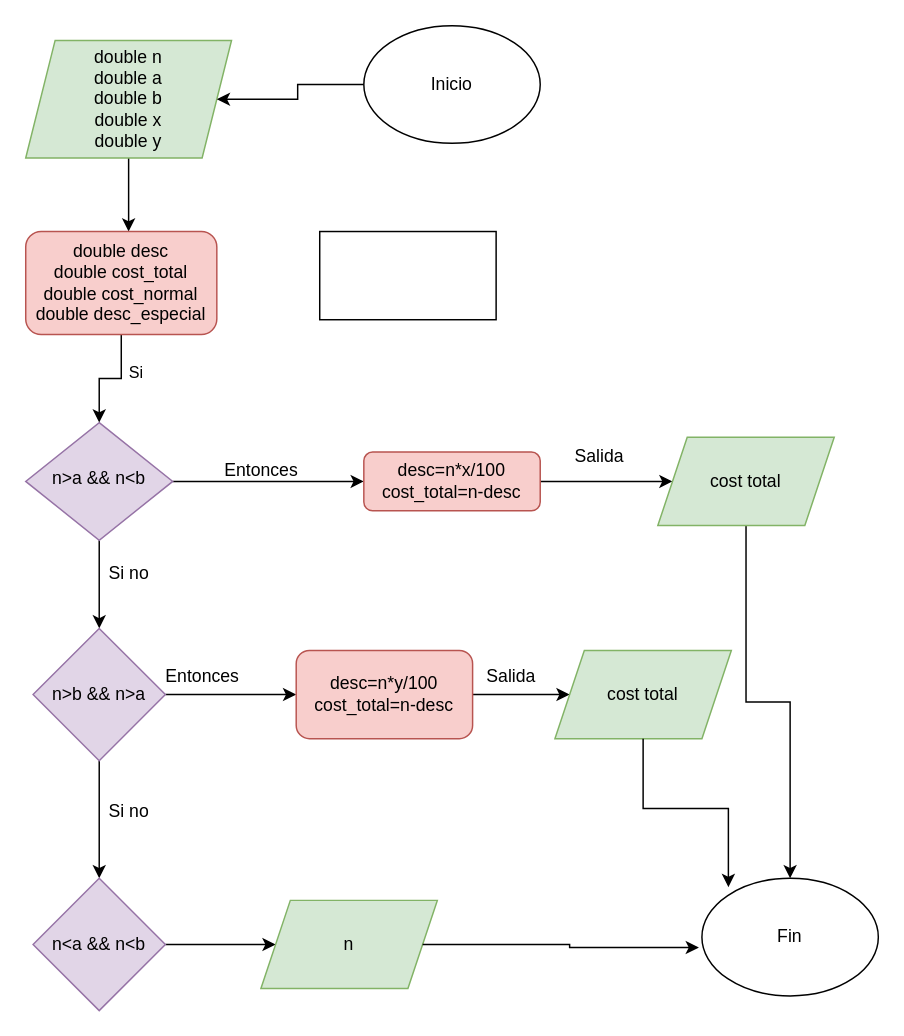
Dakotaflores/Diagramasdeflujo keeps this draw.io diagram as Diagrama1.4.drawio. Above is the earlier version. Source tidied: cells renumbered, new cells numbered last; positions are measured from the earlier drawing's top-left corner, leaving out a move shared by most shapes. Both pictures are drawn from the tidied source at 147%, with x=0, y=0 at pixel (25, 25).
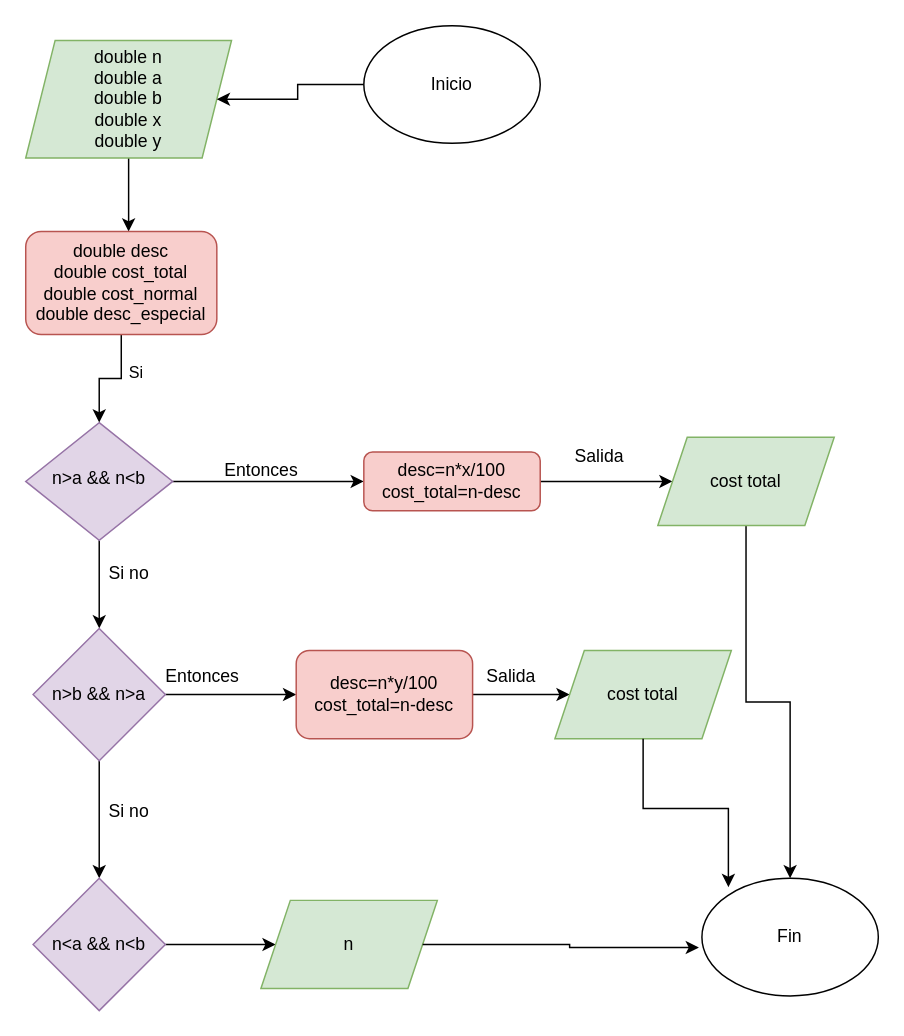
Above is the later version.

What changed in the source:
```diff
@@
-    <mxCell id="13" style="rounded=0;whiteSpace=wrap;html=1;" parent="1" vertex="1">
-      <mxGeometry x="200" y="140" width="120" height="60" as="geometry" />
-    </mxCell>
```
